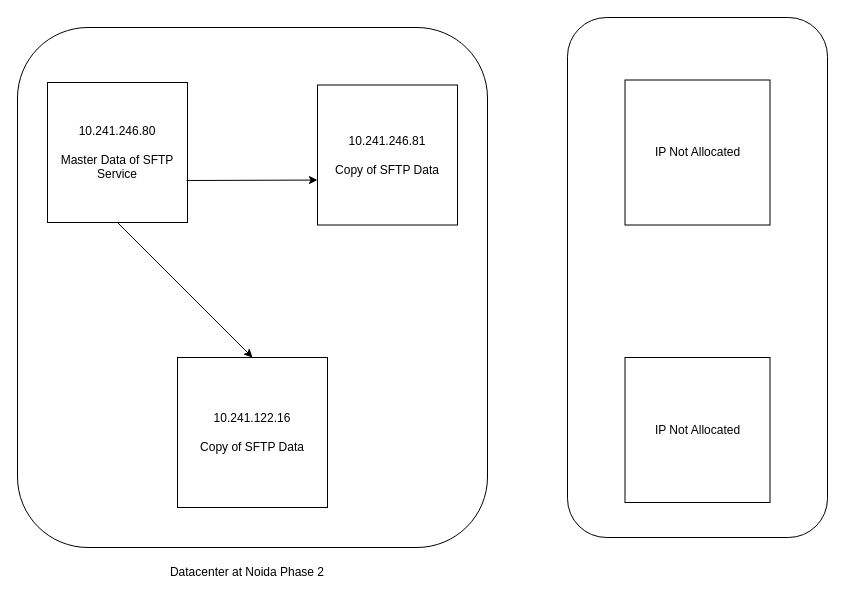
ashwiniadlakha/draw_io keeps this draw.io diagram as Python_File_Transfer .drawio. Above is the earlier version. Source tidied: cells renumbered, new cells numbered last; positions are measured from the earlier drawing's top-left corner, leaving out a move shared by most shapes. Both pictures are drawn from the tidied source at 100%, with x=0, y=0 at pixel (17, 17).
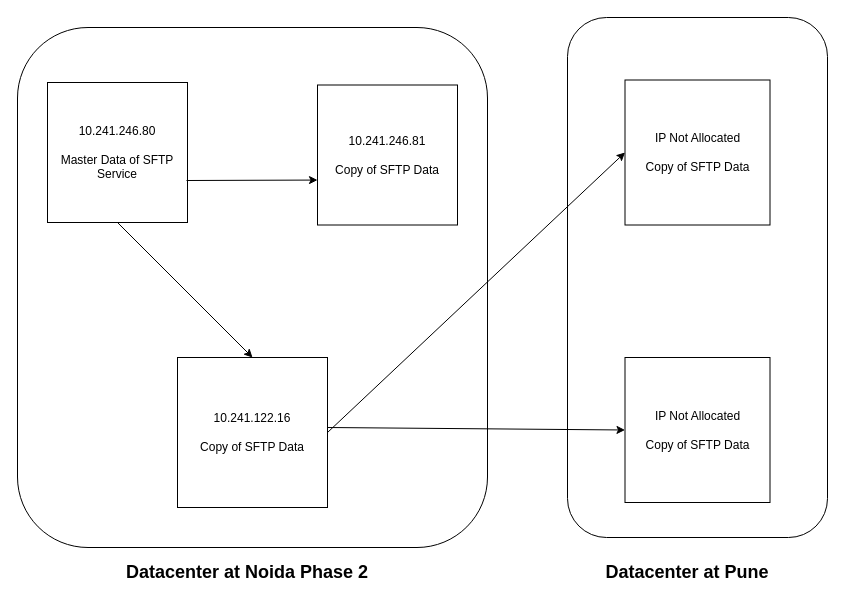
The same diagram, later.

What changed in the source:
```diff
@@
 <mxGraphModel>
   <root>
     <mxCell id="0" />
     <mxCell id="1" parent="0" />
     <mxCell id="2" style="rounded=1;whiteSpace=wrap;html=1;" parent="1" vertex="1">
       <mxGeometry x="550" width="260" height="520" as="geometry" />
     </mxCell>
     <mxCell id="3" style="rounded=1;whiteSpace=wrap;html=1;" parent="1" vertex="1">
       <mxGeometry y="10" width="470" height="520" as="geometry" />
     </mxCell>
     <mxCell id="4" value="10.241.122.16&lt;br&gt;&lt;br&gt;Copy of SFTP Data" style="whiteSpace=wrap;html=1;" parent="1" vertex="1">
       <mxGeometry x="160" y="340" width="150" height="150" as="geometry" />
     </mxCell>
     <mxCell id="5" value="10.241.246.81&lt;br&gt;&lt;br&gt;Copy of SFTP Data" style="whiteSpace=wrap;html=1;" parent="1" vertex="1">
       <mxGeometry x="300" y="67.5" width="140" height="140" as="geometry" />
     </mxCell>
     <mxCell id="6" value="10.241.246.80&lt;br&gt;&lt;br&gt;Master Data of SFTP Service" style="whiteSpace=wrap;html=1;" parent="1" vertex="1">
       <mxGeometry x="30" y="65" width="140" height="140" as="geometry" />
     </mxCell>
-    <mxCell id="7" value="IP Not Allocated" style="whiteSpace=wrap;html=1;" parent="1" vertex="1">
+    <mxCell id="7" value="IP Not Allocated&lt;br&gt;&lt;br&gt;Copy of SFTP Data" style="whiteSpace=wrap;html=1;" parent="1" vertex="1">
       <mxGeometry x="607.5" y="62.5" width="145" height="145" as="geometry" />
     </mxCell>
-    <mxCell id="8" value="IP Not Allocated" style="whiteSpace=wrap;html=1;" parent="1" vertex="1">
+    <mxCell id="8" value="IP Not Allocated&lt;br&gt;&lt;br&gt;Copy of SFTP Data" style="whiteSpace=wrap;html=1;" parent="1" vertex="1">
       <mxGeometry x="607.5" y="340" width="145" height="145" as="geometry" />
     </mxCell>
     <mxCell id="9" style="endArrow=classic;html=1;rounded=0;exitX=0.993;exitY=0.7;exitDx=0;exitDy=0;exitPerimeter=0;entryX=0;entryY=0.679;entryDx=0;entryDy=0;entryPerimeter=0;" parent="1" edge="1" source="6" target="5">
       <mxGeometry relative="1" as="geometry" />
     </mxCell>
     <mxCell id="10" style="endArrow=classic;html=1;rounded=0;exitX=0.5;exitY=1;exitDx=0;exitDy=0;entryX=0.5;entryY=0;entryDx=0;entryDy=0;" parent="1" edge="1" source="6" target="4">
       <mxGeometry relative="1" as="geometry" />
     </mxCell>
-    <mxCell id="11" value="Datacenter at Noida Phase 2" style="text;html=1;strokeColor=none;fillColor=none;align=center;verticalAlign=middle;whiteSpace=wrap;rounded=0;" parent="1" vertex="1">
+    <mxCell id="11" value="&lt;font style=&quot;font-size: 18px;&quot;&gt;&lt;b&gt;Datacenter at Noida Phase 2&lt;/b&gt;&lt;/font&gt;" style="text;html=1;strokeColor=none;fillColor=none;align=center;verticalAlign=middle;whiteSpace=wrap;rounded=0;" parent="1" vertex="1">
       <mxGeometry x="80" y="540" width="300" height="30" as="geometry" />
     </mxCell>
+    <mxCell id="12" value="&lt;font style=&quot;font-size: 18px;&quot;&gt;&lt;b&gt;Datacenter at Pune&lt;/b&gt;&lt;/font&gt;" style="text;html=1;strokeColor=none;fillColor=none;align=center;verticalAlign=middle;whiteSpace=wrap;rounded=0;" parent="1" vertex="1">
+      <mxGeometry x="520" y="540" width="300" height="30" as="geometry" />
+    </mxCell>
+    <mxCell id="13" style="endArrow=classic;html=1;rounded=0;exitX=1;exitY=0.5;exitDx=0;exitDy=0;entryX=0;entryY=0.5;entryDx=0;entryDy=0;" parent="1" edge="1" source="4" target="7">
+      <mxGeometry relative="1" as="geometry" />
+    </mxCell>
+    <mxCell id="14" style="endArrow=classic;html=1;rounded=0;entryX=0;entryY=0.5;entryDx=0;entryDy=0;" parent="1" edge="1" target="8">
+      <mxGeometry relative="1" as="geometry">
+        <mxPoint x="310" y="410" as="sourcePoint" />
+      </mxGeometry>
+    </mxCell>
   </root>
 </mxGraphModel>
```
